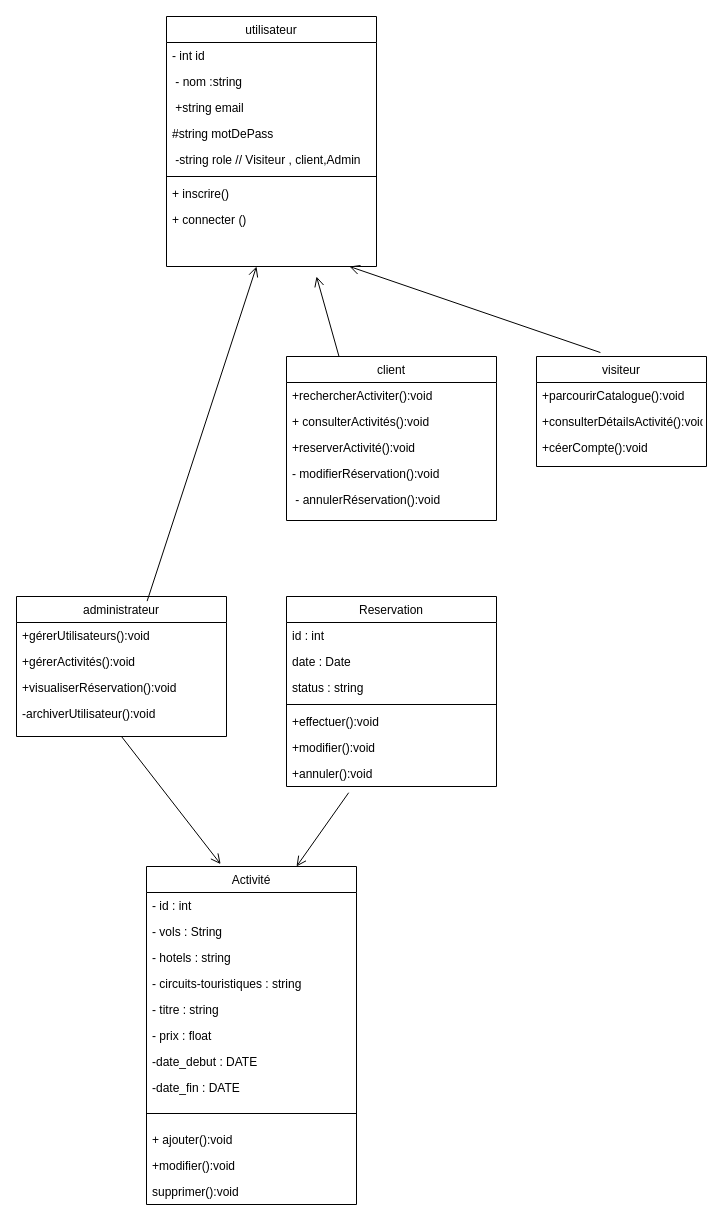
ligh-cloud/site-de-voyage-2.0 keeps this draw.io diagram as diagrame_class.drawio. Above is the earlier version. Source tidied: cells renumbered, new cells numbered last; positions are measured from the earlier drawing's top-left corner, leaving out a move shared by most shapes. Both pictures are drawn from the tidied source at 100%, with x=0, y=0 at pixel (16, 16).
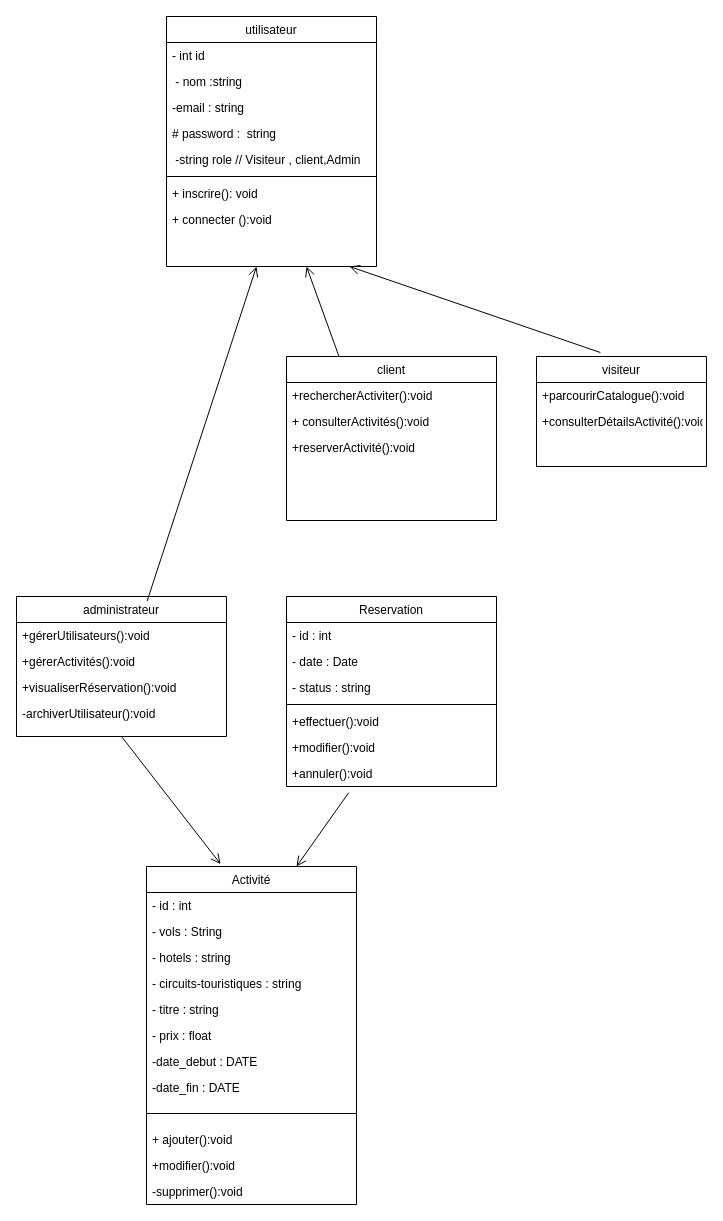
Above is the later version.

Unchanged cells that the change refers to:
```xml
<mxCell id="2" value="visiteur" style="swimlane;fontStyle=0;align=center;verticalAlign=top;horizontal=1;startSize=26;rounded=0;shadow=0;strokeWidth=1;" parent="1" vertex="1">
  <mxGeometry x="520" y="340" width="170" height="110" as="geometry" />
</mxCell>
<mxCell id="6" value="utilisateur" style="swimlane;fontStyle=0;align=center;verticalAlign=top;horizontal=1;startSize=26;rounded=0;shadow=0;strokeWidth=1;" parent="1" vertex="1">
  <mxGeometry x="150" width="210" height="250" as="geometry" />
</mxCell>
<mxCell id="15" value="client" style="swimlane;fontStyle=0;align=center;verticalAlign=top;horizontal=1;startSize=26;rounded=0;shadow=0;strokeWidth=1;" parent="1" vertex="1">
  <mxGeometry x="270" y="340" width="210" height="164" as="geometry" />
</mxCell>
<mxCell id="26" value="Reservation" style="swimlane;fontStyle=0;align=center;verticalAlign=top;horizontal=1;startSize=26;rounded=0;shadow=0;strokeWidth=1;" parent="1" vertex="1">
  <mxGeometry x="270" y="580" width="210" height="190" as="geometry" />
</mxCell>
<mxCell id="34" value="Activité" style="swimlane;fontStyle=0;align=center;verticalAlign=top;horizontal=1;startSize=26;rounded=0;shadow=0;strokeWidth=1;" parent="1" vertex="1">
  <mxGeometry x="130" y="850" width="210" height="338" as="geometry" />
</mxCell>
```

The edit, as a diff of the source:
```diff
@@
-    <mxCell id="5" value="+céerCompte():void" style="text;align=left;verticalAlign=top;spacingLeft=4;spacingRight=4;overflow=hidden;" parent="2" vertex="1">
-      <mxGeometry y="78" width="170" height="26" as="geometry" />
-    </mxCell>
@@
-    <mxCell id="9" value=" +string email" style="text;align=left;verticalAlign=top;spacingLeft=4;spacingRight=4;overflow=hidden;rounded=0;shadow=0;html=0;" parent="6" vertex="1">
+    <mxCell id="9" value="-email : string" style="text;align=left;verticalAlign=top;spacingLeft=4;spacingRight=4;overflow=hidden;rounded=0;shadow=0;html=0;" parent="6" vertex="1">
       <mxGeometry y="78" width="210" height="26" as="geometry" />
     </mxCell>
-    <mxCell id="10" value="#string motDePass" style="text;align=left;verticalAlign=top;spacingLeft=4;spacingRight=4;overflow=hidden;rounded=0;shadow=0;html=0;" parent="6" vertex="1">
+    <mxCell id="10" value="# password :  string " style="text;align=left;verticalAlign=top;spacingLeft=4;spacingRight=4;overflow=hidden;rounded=0;shadow=0;html=0;" parent="6" vertex="1">
       <mxGeometry y="104" width="210" height="26" as="geometry" />
     </mxCell>
@@
-    <mxCell id="13" value="+ inscrire()" style="text;align=left;verticalAlign=top;spacingLeft=4;spacingRight=4;overflow=hidden;" parent="6" vertex="1">
+    <mxCell id="13" value="+ inscrire(): void" style="text;align=left;verticalAlign=top;spacingLeft=4;spacingRight=4;overflow=hidden;" parent="6" vertex="1">
       <mxGeometry y="164" width="210" height="26" as="geometry" />
     </mxCell>
-    <mxCell id="14" value="+ connecter ()&#10;" style="text;align=left;verticalAlign=top;spacingLeft=4;spacingRight=4;overflow=hidden;" parent="6" vertex="1">
+    <mxCell id="14" value="+ connecter ():void&#10;" style="text;align=left;verticalAlign=top;spacingLeft=4;spacingRight=4;overflow=hidden;" parent="6" vertex="1">
       <mxGeometry y="190" width="210" height="26" as="geometry" />
     </mxCell>
@@
-    <mxCell id="19" value="- modifierRéservation():void" style="text;align=left;verticalAlign=top;spacingLeft=4;spacingRight=4;overflow=hidden;rounded=0;shadow=0;html=0;" parent="15" vertex="1">
-      <mxGeometry y="104" width="210" height="26" as="geometry" />
-    </mxCell>
-    <mxCell id="20" value=" - annulerRéservation():void" style="text;align=left;verticalAlign=top;spacingLeft=4;spacingRight=4;overflow=hidden;rounded=0;shadow=0;html=0;" parent="15" vertex="1">
-      <mxGeometry y="130" width="210" height="26" as="geometry" />
-    </mxCell>
@@
-    <mxCell id="27" value="id : int" style="text;align=left;verticalAlign=top;spacingLeft=4;spacingRight=4;overflow=hidden;" parent="26" vertex="1">
+    <mxCell id="27" value="- id : int" style="text;align=left;verticalAlign=top;spacingLeft=4;spacingRight=4;overflow=hidden;" parent="26" vertex="1">
       <mxGeometry y="26" width="210" height="26" as="geometry" />
     </mxCell>
-    <mxCell id="28" value="date : Date" style="text;align=left;verticalAlign=top;spacingLeft=4;spacingRight=4;overflow=hidden;rounded=0;shadow=0;html=0;" parent="26" vertex="1">
+    <mxCell id="28" value="- date : Date" style="text;align=left;verticalAlign=top;spacingLeft=4;spacingRight=4;overflow=hidden;rounded=0;shadow=0;html=0;" parent="26" vertex="1">
       <mxGeometry y="52" width="210" height="26" as="geometry" />
     </mxCell>
-    <mxCell id="29" value="status : string" style="text;align=left;verticalAlign=top;spacingLeft=4;spacingRight=4;overflow=hidden;rounded=0;shadow=0;html=0;" parent="26" vertex="1">
+    <mxCell id="29" value="- status : string" style="text;align=left;verticalAlign=top;spacingLeft=4;spacingRight=4;overflow=hidden;rounded=0;shadow=0;html=0;" parent="26" vertex="1">
       <mxGeometry y="78" width="210" height="26" as="geometry" />
     </mxCell>
@@
-    <mxCell id="46" value="supprimer():void " style="text;align=left;verticalAlign=top;spacingLeft=4;spacingRight=4;overflow=hidden;" parent="34" vertex="1">
+    <mxCell id="46" value="-supprimer():void " style="text;align=left;verticalAlign=top;spacingLeft=4;spacingRight=4;overflow=hidden;" parent="34" vertex="1">
       <mxGeometry y="312" width="210" height="26" as="geometry" />
     </mxCell>
@@
     <mxCell id="50" style="endArrow=open;startArrow=none;endFill=0;startFill=0;endSize=8;html=1;verticalAlign=bottom;labelBackgroundColor=none;strokeWidth=1;rounded=0;exitX=0.25;exitY=0;exitDx=0;exitDy=0;" parent="1" edge="1" source="15">
       <mxGeometry relative="1" as="geometry">
-        <mxPoint x="300" y="260" as="targetPoint" />
+        <mxPoint x="290" y="250" as="targetPoint" />
       </mxGeometry>
     </mxCell>
```
